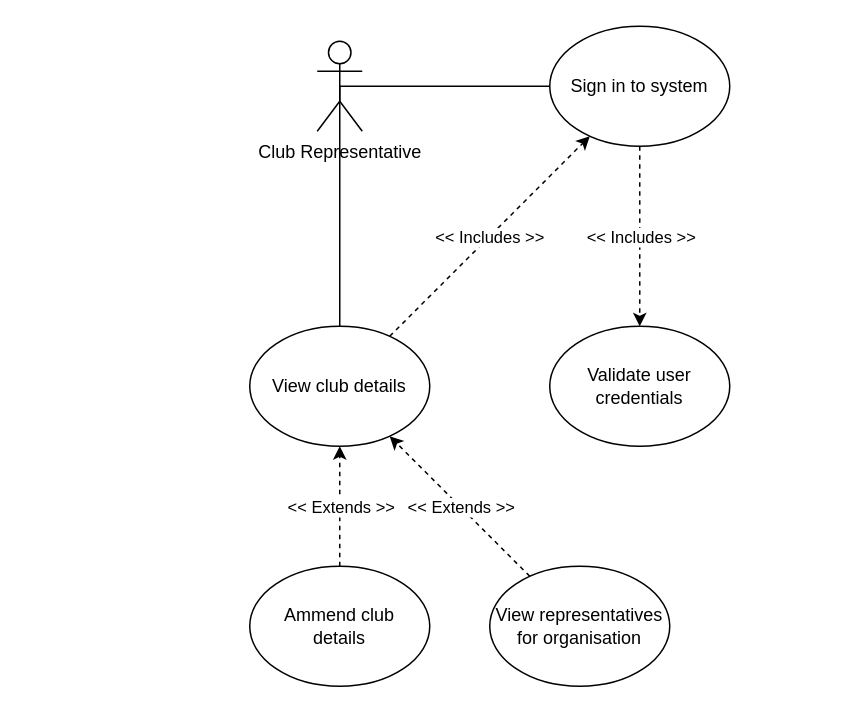
The draw.io diagram Use-Cases/Optional-Club-Representative.drawio in 19ATF72/ESD_Semester_2, before the edit. Source tidied: cells renumbered, new cells numbered last; positions are measured from the earlier drawing's top-left corner, leaving out a move shared by most shapes. Both pictures are drawn from the tidied source at 150%, with x=0, y=0 at pixel (249, 26).
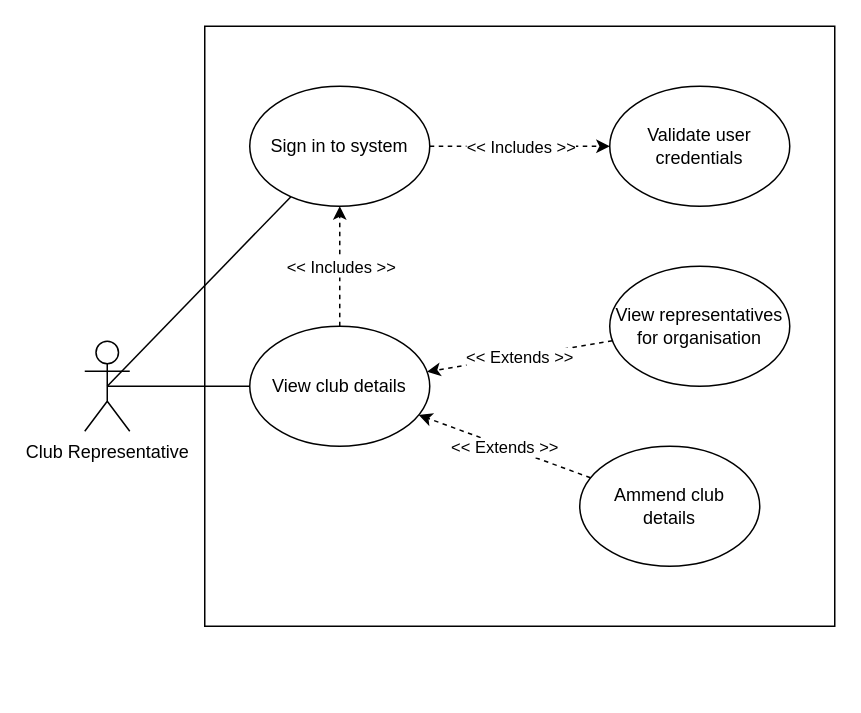
The same diagram, later.

The edit, as a diff of the source:
```diff
@@
 <mxGraphModel>
   <root>
     <mxCell id="0" />
     <mxCell id="1" parent="0" />
+    <mxCell id="18" style="rounded=0;whiteSpace=wrap;html=1;" parent="1" vertex="1">
+      <mxGeometry x="-30" width="420" height="400" as="geometry" />
+    </mxCell>
     <mxCell id="2" value="Club Representative" style="shape=umlActor;verticalLabelPosition=bottom;verticalAlign=top;html=1;outlineConnect=0;" parent="1" vertex="1">
-      <mxGeometry x="45" y="10" width="30" height="60" as="geometry" />
+      <mxGeometry x="-110" y="210" width="30" height="60" as="geometry" />
     </mxCell>
     <mxCell id="3" value="Sign in to system" style="ellipse;whiteSpace=wrap;html=1;" parent="1" vertex="1">
-      <mxGeometry x="200" width="120" height="80" as="geometry" />
+      <mxGeometry y="40" width="120" height="80" as="geometry" />
     </mxCell>
     <mxCell id="4" value="View club details" style="ellipse;whiteSpace=wrap;html=1;" parent="1" vertex="1">
       <mxGeometry y="200" width="120" height="80" as="geometry" />
     </mxCell>
     <mxCell id="5" value="Ammend club &lt;br&gt;details" style="ellipse;whiteSpace=wrap;html=1;" parent="1" vertex="1">
-      <mxGeometry y="360" width="120" height="80" as="geometry" />
+      <mxGeometry x="220" y="280" width="120" height="80" as="geometry" />
     </mxCell>
     <mxCell id="6" value="View representatives for organisation" style="ellipse;whiteSpace=wrap;html=1;" parent="1" vertex="1">
-      <mxGeometry x="160" y="360" width="120" height="80" as="geometry" />
+      <mxGeometry x="240" y="160" width="120" height="80" as="geometry" />
     </mxCell>
     <mxCell id="7" style="endArrow=classic;html=1;strokeColor=#000000;dashed=1;" parent="1" edge="1" source="6" target="4">
       <mxGeometry relative="1" as="geometry" />
     </mxCell>
     <mxCell id="8" value="&amp;lt;&amp;lt; Extends &amp;gt;&amp;gt;" style="edgeLabel;html=1;align=center;verticalAlign=middle;" parent="7" vertex="1">
       <mxGeometry relative="1" as="geometry" />
     </mxCell>
     <mxCell id="9" style="endArrow=classic;html=1;strokeColor=#000000;dashed=1;" parent="1" edge="1" source="5" target="4">
       <mxGeometry relative="1" as="geometry" />
     </mxCell>
     <mxCell id="10" value="&amp;lt;&amp;lt; Extends &amp;gt;&amp;gt;" style="edgeLabel;html=1;align=center;verticalAlign=middle;" parent="9" vertex="1">
       <mxGeometry relative="1" as="geometry" />
     </mxCell>
     <mxCell id="11" style="endArrow=classic;html=1;strokeColor=#000000;dashed=1;" parent="1" edge="1" source="4" target="3">
       <mxGeometry relative="1" as="geometry" />
     </mxCell>
     <mxCell id="12" value="&amp;lt;&amp;lt; Includes &amp;gt;&amp;gt;" style="edgeLabel;html=1;align=center;verticalAlign=middle;" parent="11" vertex="1">
       <mxGeometry relative="1" as="geometry" />
     </mxCell>
     <mxCell id="13" style="endArrow=none;html=1;strokeColor=#000000;exitX=0.5;exitY=0.5;exitDx=0;exitDy=0;exitPerimeter=0;" parent="1" edge="1" source="2" target="3">
       <mxGeometry relative="1" as="geometry" />
     </mxCell>
     <mxCell id="14" style="endArrow=none;html=1;strokeColor=#000000;exitX=0.5;exitY=0.5;exitDx=0;exitDy=0;exitPerimeter=0;" parent="1" edge="1" source="2" target="4">
       <mxGeometry relative="1" as="geometry" />
     </mxCell>
     <mxCell id="15" value="Validate user credentials" style="ellipse;whiteSpace=wrap;html=1;" parent="1" vertex="1">
-      <mxGeometry x="200" y="200" width="120" height="80" as="geometry" />
+      <mxGeometry x="240" y="40" width="120" height="80" as="geometry" />
     </mxCell>
     <mxCell id="16" style="endArrow=classic;html=1;strokeColor=#000000;dashed=1;" parent="1" edge="1" source="3" target="15">
       <mxGeometry relative="1" as="geometry" />
     </mxCell>
     <mxCell id="17" value="&amp;lt;&amp;lt; Includes &amp;gt;&amp;gt;" style="edgeLabel;html=1;align=center;verticalAlign=middle;" parent="16" vertex="1">
       <mxGeometry relative="1" as="geometry" />
     </mxCell>
   </root>
 </mxGraphModel>
```
